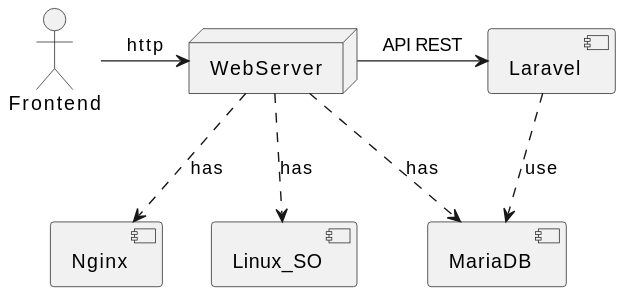
Before: docs/deploy-diagram.svg, a diagram exported from PlantUML (EscuelaIt/time-register).
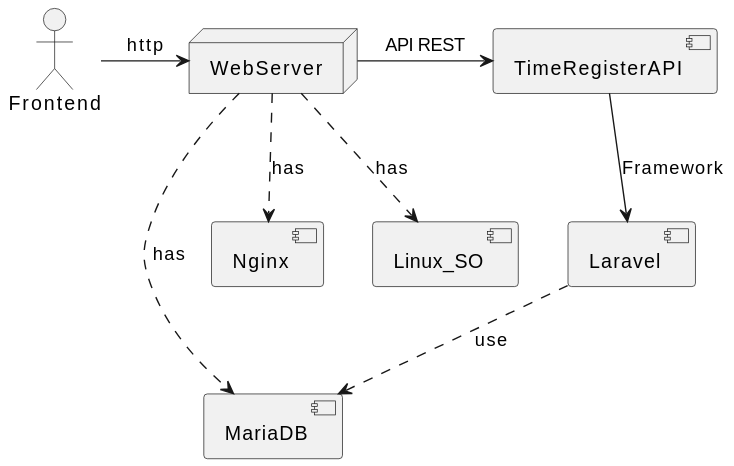
The same file after the commit.

Commit message:
Actualizar diagrama de despliegue

The edit, as a diff of the source:
```diff
@@ -1,13 +1,15 @@
 @startuml
 Actor Frontend
 node WebServer
+component TimeRegisterAPI
 component Laravel
 component MariaDB
 component Nginx
 component Linux_SO
 
 Frontend -> WebServer : http
-WebServer -right-> Laravel : API REST
+WebServer -right-> TimeRegisterAPI : API REST
+TimeRegisterAPI -down-> Laravel : Framework
 Laravel ..> MariaDB : use
 WebServer .down.> Nginx : has
 WebServer .down.> Linux_SO : has
```
